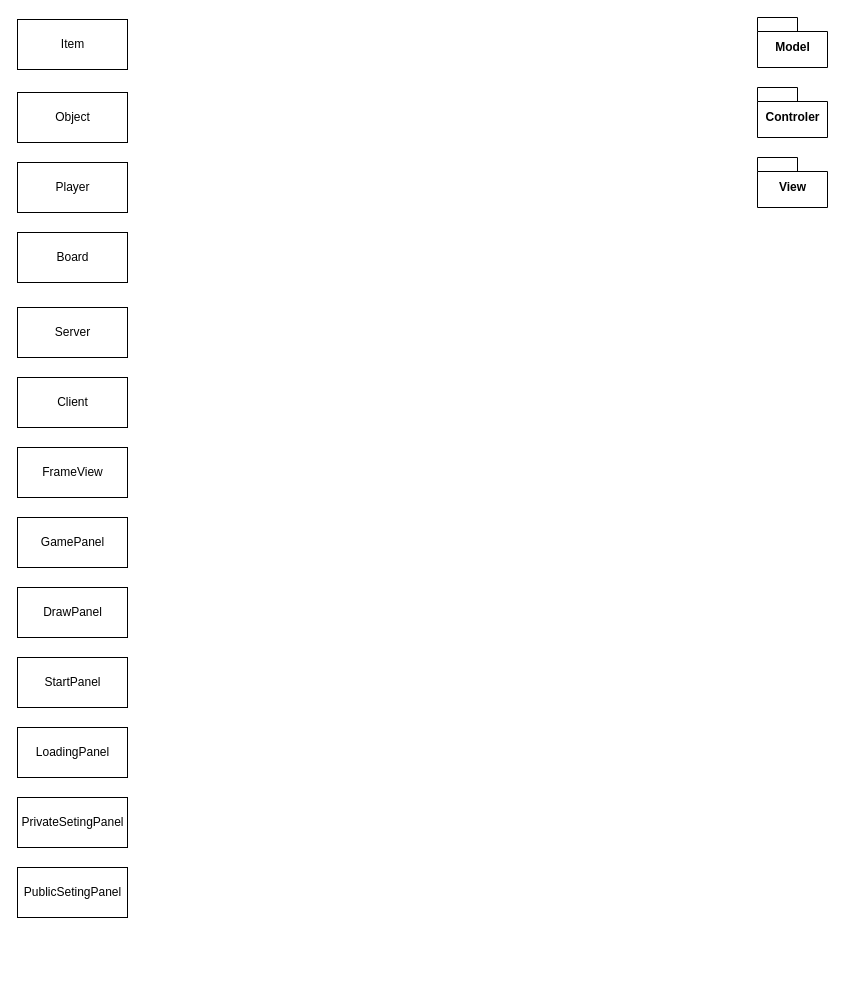
Above: Code/Diagramme_UML.drawio in Songrad/PR-projet_final (draw.io), before the change. Source tidied: cells renumbered, new cells numbered last; positions are measured from the earlier drawing's top-left corner, leaving out a move shared by most shapes. Both pictures are drawn from the tidied source at 100%, with x=0, y=0 at pixel (17, 17).
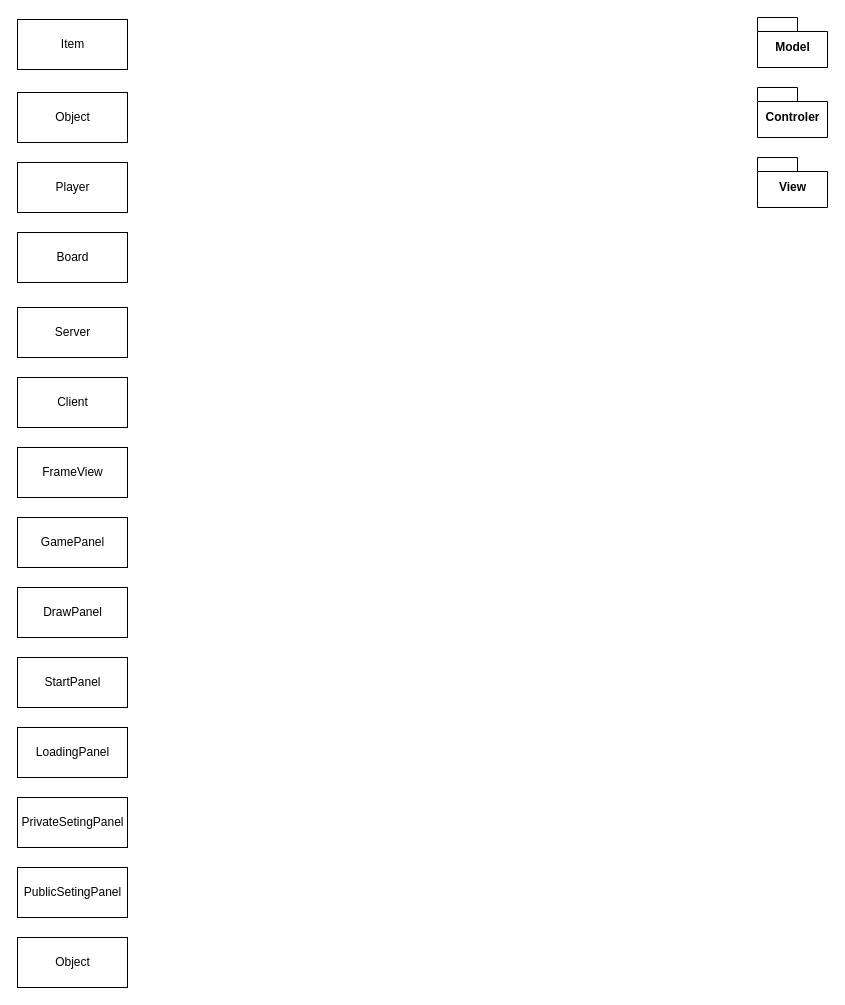
Above is the later version.

Change to the diagram source:
```diff
@@
 <mxGraphModel>
   <root>
     <mxCell id="0" />
     <mxCell id="1" parent="0" />
     <mxCell id="2" value="Object" style="html=1;" parent="1" vertex="1">
       <mxGeometry y="75" width="110" height="50" as="geometry" />
     </mxCell>
     <mxCell id="3" value="Player" style="html=1;" parent="1" vertex="1">
       <mxGeometry y="145" width="110" height="50" as="geometry" />
     </mxCell>
     <mxCell id="4" value="Item" style="html=1;" parent="1" vertex="1">
       <mxGeometry y="2" width="110" height="50" as="geometry" />
     </mxCell>
     <mxCell id="5" value="Board" style="html=1;" parent="1" vertex="1">
       <mxGeometry y="215" width="110" height="50" as="geometry" />
     </mxCell>
     <mxCell id="6" value="Model" style="shape=folder;fontStyle=1;spacingTop=10;tabWidth=40;tabHeight=14;tabPosition=left;html=1;" parent="1" vertex="1">
       <mxGeometry x="740" width="70" height="50" as="geometry" />
     </mxCell>
     <mxCell id="7" value="Controler" style="shape=folder;fontStyle=1;spacingTop=10;tabWidth=40;tabHeight=14;tabPosition=left;html=1;" parent="1" vertex="1">
       <mxGeometry x="740" y="70" width="70" height="50" as="geometry" />
     </mxCell>
     <mxCell id="8" value="View" style="shape=folder;fontStyle=1;spacingTop=10;tabWidth=40;tabHeight=14;tabPosition=left;html=1;" parent="1" vertex="1">
       <mxGeometry x="740" y="140" width="70" height="50" as="geometry" />
     </mxCell>
     <mxCell id="9" value="Server" style="html=1;" parent="1" vertex="1">
       <mxGeometry y="290" width="110" height="50" as="geometry" />
     </mxCell>
     <mxCell id="10" value="Client" style="html=1;" parent="1" vertex="1">
       <mxGeometry y="360" width="110" height="50" as="geometry" />
     </mxCell>
     <mxCell id="11" value="FrameView" style="html=1;" parent="1" vertex="1">
       <mxGeometry y="430" width="110" height="50" as="geometry" />
     </mxCell>
     <mxCell id="12" value="GamePanel" style="html=1;" parent="1" vertex="1">
       <mxGeometry y="500" width="110" height="50" as="geometry" />
     </mxCell>
     <mxCell id="13" value="DrawPanel" style="html=1;" parent="1" vertex="1">
       <mxGeometry y="570" width="110" height="50" as="geometry" />
     </mxCell>
     <mxCell id="14" value="StartPanel" style="html=1;" parent="1" vertex="1">
       <mxGeometry y="640" width="110" height="50" as="geometry" />
     </mxCell>
     <mxCell id="15" value="LoadingPanel" style="html=1;" parent="1" vertex="1">
       <mxGeometry y="710" width="110" height="50" as="geometry" />
     </mxCell>
     <mxCell id="16" value="PrivateSetingPanel" style="html=1;" parent="1" vertex="1">
       <mxGeometry y="780" width="110" height="50" as="geometry" />
     </mxCell>
     <mxCell id="17" value="PublicSetingPanel" style="html=1;" parent="1" vertex="1">
       <mxGeometry y="850" width="110" height="50" as="geometry" />
     </mxCell>
+    <mxCell id="18" value="Object" style="html=1;" parent="1" vertex="1">
+      <mxGeometry y="920" width="110" height="50" as="geometry" />
+    </mxCell>
   </root>
 </mxGraphModel>
```
